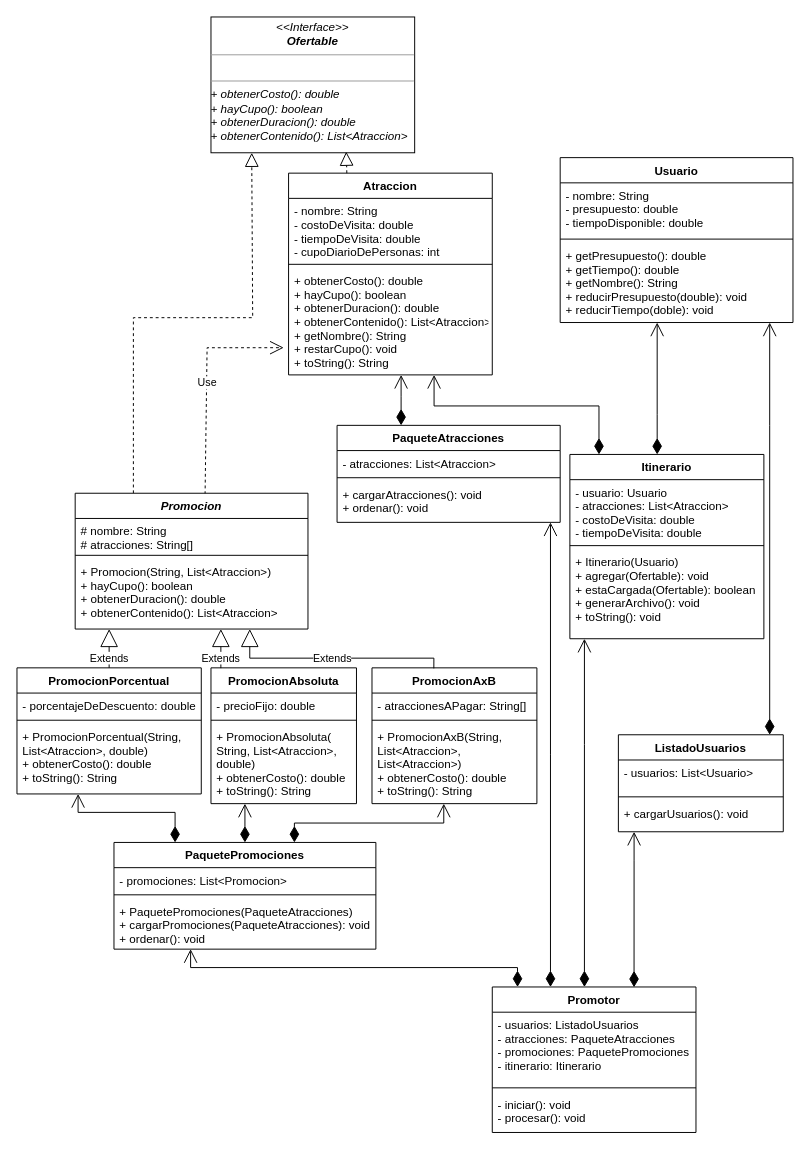
The draw.io diagram UML/TierraMedia.drawio in telejam/Turismo-en-la-Tierra-Media-1, before the edit. Source tidied: cells renumbered, new cells numbered last; positions are measured from the earlier drawing's top-left corner, leaving out a move shared by most shapes. Both pictures are drawn from the tidied source at 97%, with x=0, y=0 at pixel (16, 16).
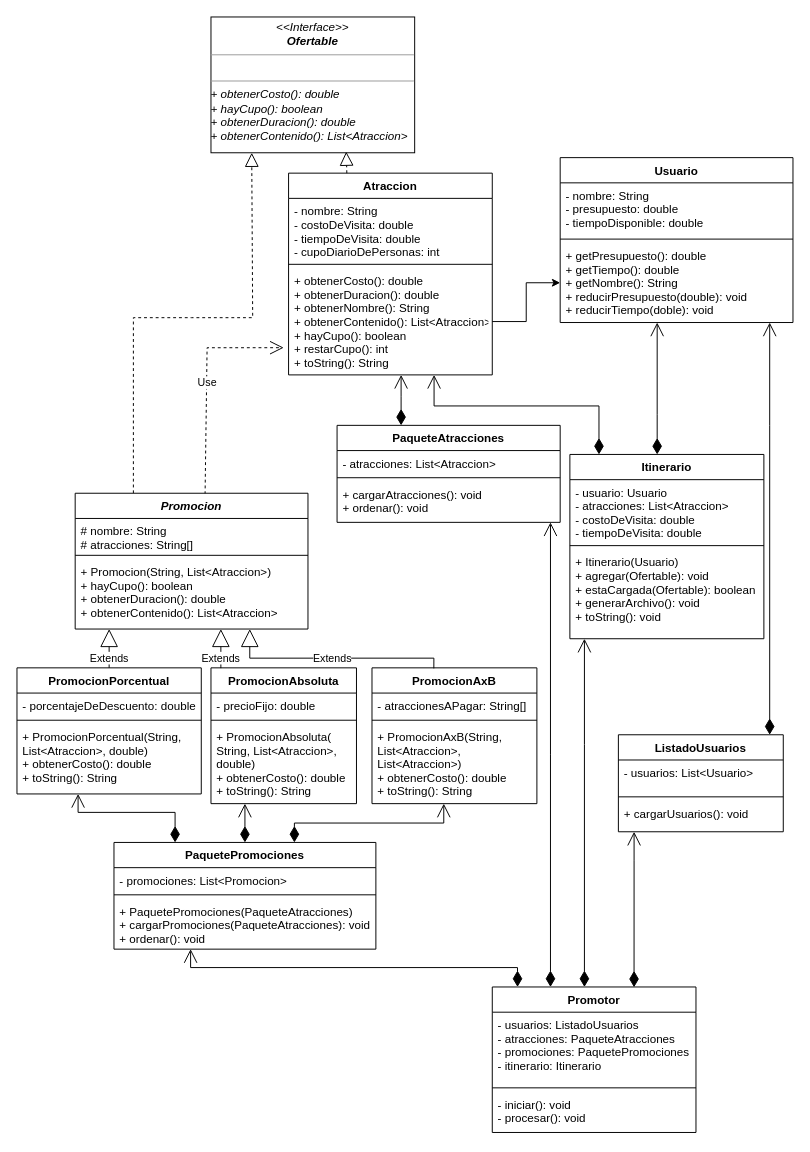
The same page after the edit.

The change refers to these unchanged cells:
```xml
<mxCell id="2" value="Atraccion" style="swimlane;fontStyle=1;align=center;verticalAlign=top;horizontal=1;startSize=26;" parent="1" vertex="1">
  <mxGeometry x="280" y="161" width="210" height="208" as="geometry" />
</mxCell>
<mxCell id="9" value="+ getPresupuesto(): double&#10;+ getTiempo(): double&#10;+ getNombre(): String&#10;+ reducirPresupuesto(double): void&#10;+ reducirTiempo(doble): void" style="text;strokeColor=none;fillColor=none;align=left;verticalAlign=top;spacingLeft=4;spacingRight=4;overflow=hidden;points=[[0,0.5],[1,0.5]];portConstraint=eastwest;" parent="6" vertex="1">
  <mxGeometry y="88" width="240" height="82" as="geometry" />
</mxCell>
```

Change to the diagram source:
```diff
@@
-    <mxCell id="5" value="+ obtenerCosto(): double&#10;+ hayCupo(): boolean&#10;+ obtenerDuracion(): double&#10;+ obtenerContenido(): List&lt;Atraccion&gt;&#10;+ getNombre(): String&#10;+ restarCupo(): void&#10;+ toString(): String" style="text;strokeColor=none;fillColor=none;align=left;verticalAlign=top;spacingLeft=4;spacingRight=4;overflow=hidden;points=[[0,0.5],[1,0.5]];portConstraint=eastwest;" parent="2" vertex="1">
+    <mxCell id="5" value="+ obtenerCosto(): double&#10;+ obtenerDuracion(): double&#10;+ obtenerNombre(): String&#10;+ obtenerContenido(): List&lt;Atraccion&gt;&#10;+ hayCupo(): boolean&#10;+ restarCupo(): int&#10;+ toString(): String" style="text;strokeColor=none;fillColor=none;align=left;verticalAlign=top;spacingLeft=4;spacingRight=4;overflow=hidden;points=[[0,0.5],[1,0.5]];portConstraint=eastwest;" parent="2" vertex="1">
       <mxGeometry y="98" width="210" height="110" as="geometry" />
     </mxCell>
@@
+    <mxCell id="64" style="edgeStyle=orthogonalEdgeStyle;rounded=0;jettySize=auto;html=1;" parent="1" edge="1" source="5" target="9">
+      <mxGeometry relative="1" as="geometry" />
+    </mxCell>
```
